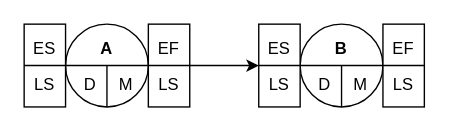
Before: src/pages/dev/R5-06-VCOD/CM/CM7/assets/tache.drawio in denis-migdal/Cours, a draw.io diagram. Source tidied: cells renumbered, new cells numbered last; positions are measured from the earlier drawing's top-left corner, leaving out a move shared by most shapes. Both pictures are drawn from the tidied source at 138%, with x=0, y=0 at pixel (23, 23).
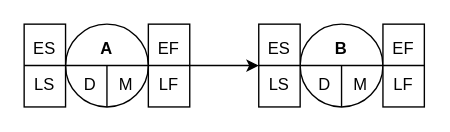
The same page after the edit.

Diff of the diagram source:
```diff
@@
-    <mxCell id="14" value="LS" style="text;html=1;whiteSpace=wrap;strokeColor=none;fillColor=none;align=center;verticalAlign=middle;rounded=0;" parent="1" vertex="1">
+    <mxCell id="14" value="LF" style="text;html=1;whiteSpace=wrap;strokeColor=none;fillColor=none;align=center;verticalAlign=middle;rounded=0;" parent="1" vertex="1">
       <mxGeometry x="95" y="34" width="20" height="20" as="geometry" />
     </mxCell>
@@
-    <mxCell id="28" value="LS" style="text;html=1;whiteSpace=wrap;strokeColor=none;fillColor=none;align=center;verticalAlign=middle;rounded=0;" parent="1" vertex="1">
+    <mxCell id="28" value="LF" style="text;html=1;whiteSpace=wrap;strokeColor=none;fillColor=none;align=center;verticalAlign=middle;rounded=0;" parent="1" vertex="1">
       <mxGeometry x="265" y="34" width="20" height="20" as="geometry" />
     </mxCell>
```
